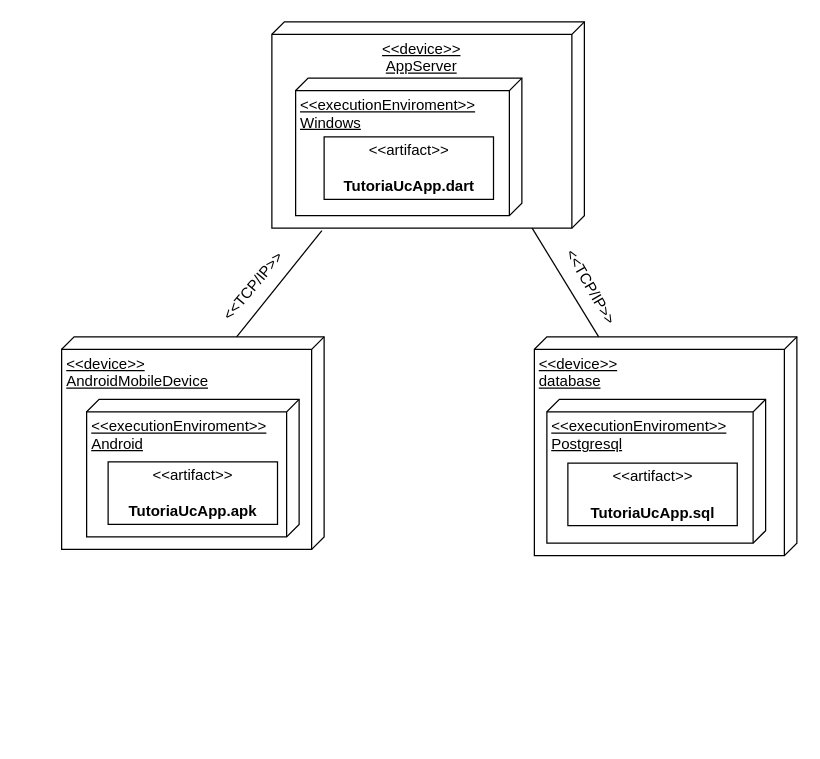
Before: diagrama_despliegue.drawio in TP-SE1/TP_SOS-UC, a draw.io diagram. Source tidied: cells renumbered, new cells numbered last; positions are measured from the earlier drawing's top-left corner, leaving out a move shared by most shapes. Both pictures are drawn from the tidied source at 125%, with x=0, y=0 at pixel (61, 21).
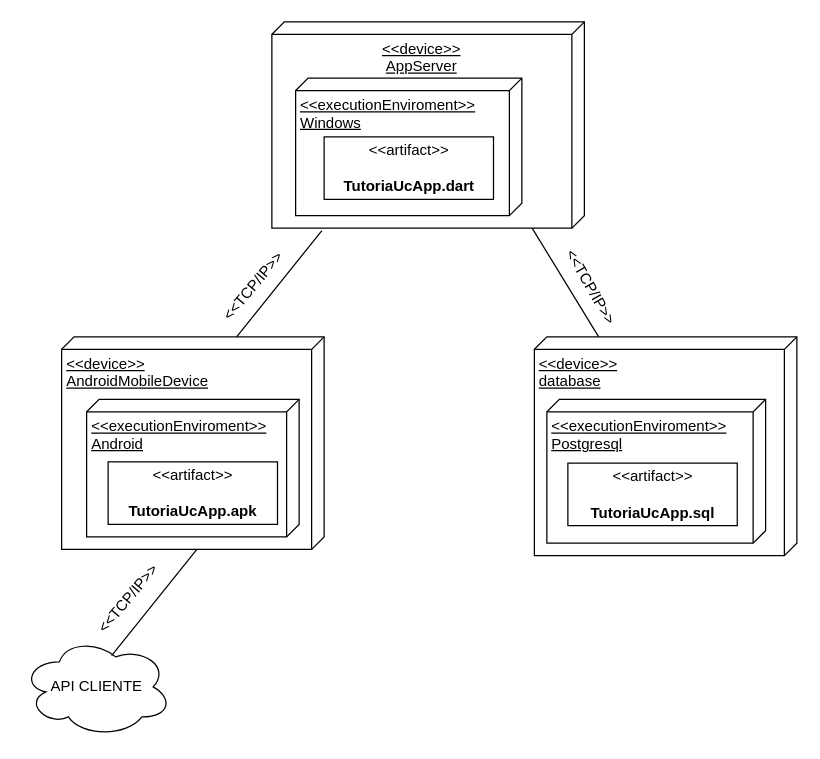
Above is the later version.

Commit message:
actualizado diagrama despliegue

What changed in the source:
```diff
@@
+    <mxCell id="15" value="API CLIENTE" style="ellipse;shape=cloud;whiteSpace=wrap;html=1;" parent="1" vertex="1">
+      <mxGeometry x="-32" y="492" width="120" height="80" as="geometry" />
+    </mxCell>
+    <mxCell id="16" style="endArrow=none;html=1;rounded=0;" parent="1" edge="1">
+      <mxGeometry relative="1" as="geometry">
+        <mxPoint x="39.8" y="507" as="sourcePoint" />
+        <mxPoint x="108" y="422" as="targetPoint" />
+      </mxGeometry>
+    </mxCell>
+    <mxCell id="17" value="&amp;lt;&amp;lt;TCP/IP&amp;gt;&amp;gt;" style="text;html=1;align=center;verticalAlign=middle;strokeColor=none;fillColor=none;rotation=-50;" parent="1" vertex="1">
+      <mxGeometry x="8" y="447" width="90" height="30" as="geometry" />
+    </mxCell>
```
